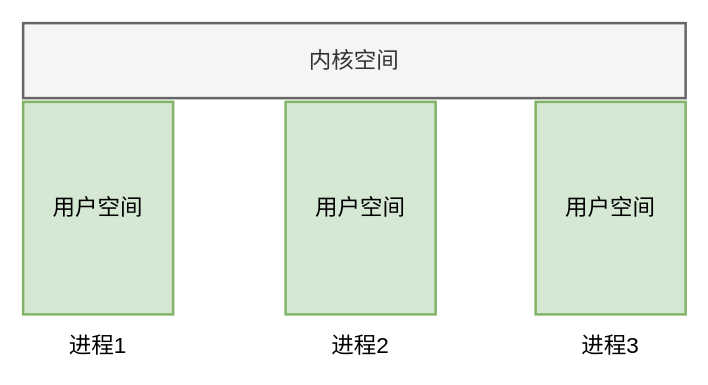
Above: 用户空间和内核空间.drawio in Netech-DevNote/itquestions_pictures (draw.io), before the change. Source tidied: cells renumbered, new cells numbered last; positions are measured from the earlier drawing's top-left corner, leaving out a move shared by most shapes. Both pictures are drawn from the tidied source at 125%, with x=0, y=0 at pixel (22, 22).
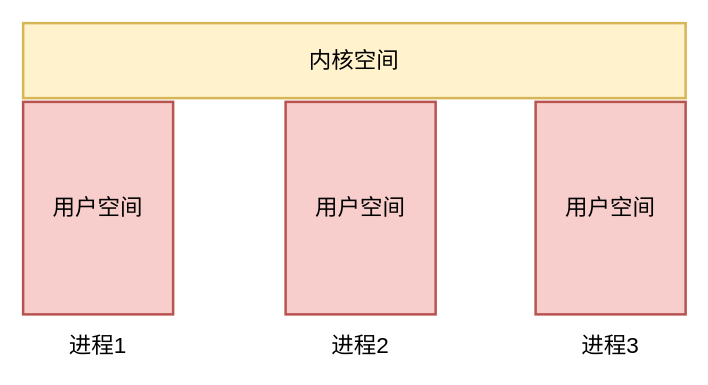
After the change.

Commit message:
更新用户空间和内核空间.drawio

Diff of the diagram source:
```diff
@@
 <mxGraphModel>
   <root>
     <mxCell id="0" />
     <mxCell id="1" parent="0" />
-    <mxCell id="2" value="用户空间" style="rounded=0;whiteSpace=wrap;html=1;strokeWidth=2;fontSize=18;fillColor=#d5e8d4;strokeColor=#82b366;" parent="1" vertex="1">
+    <mxCell id="2" value="用户空间" style="rounded=0;whiteSpace=wrap;html=1;strokeWidth=2;fontSize=18;fillColor=#f8cecc;strokeColor=#b85450;" parent="1" vertex="1">
       <mxGeometry y="63" width="120" height="170" as="geometry" />
     </mxCell>
-    <mxCell id="3" value="用户空间" style="rounded=0;whiteSpace=wrap;html=1;strokeWidth=2;fontSize=18;fillColor=#d5e8d4;strokeColor=#82b366;" parent="1" vertex="1">
+    <mxCell id="3" value="用户空间" style="rounded=0;whiteSpace=wrap;html=1;strokeWidth=2;fontSize=18;fillColor=#f8cecc;strokeColor=#b85450;" parent="1" vertex="1">
       <mxGeometry x="210" y="63" width="120" height="170" as="geometry" />
     </mxCell>
-    <mxCell id="4" value="用户空间" style="rounded=0;whiteSpace=wrap;html=1;strokeWidth=2;fontSize=18;fillColor=#d5e8d4;strokeColor=#82b366;" parent="1" vertex="1">
+    <mxCell id="4" value="用户空间" style="rounded=0;whiteSpace=wrap;html=1;strokeWidth=2;fontSize=18;fillColor=#f8cecc;strokeColor=#b85450;" parent="1" vertex="1">
       <mxGeometry x="410" y="63" width="120" height="170" as="geometry" />
     </mxCell>
-    <mxCell id="5" value="内核空间" style="rounded=0;whiteSpace=wrap;html=1;strokeWidth=2;fontSize=18;fillColor=#f5f5f5;strokeColor=#666666;fontColor=#333333;" parent="1" vertex="1">
+    <mxCell id="5" value="内核空间" style="rounded=0;whiteSpace=wrap;html=1;strokeWidth=2;fontSize=18;fillColor=#fff2cc;strokeColor=#d6b656;" parent="1" vertex="1">
       <mxGeometry width="530" height="60" as="geometry" />
     </mxCell>
     <mxCell id="6" value="进程1" style="text;html=1;strokeColor=none;fillColor=none;align=center;verticalAlign=middle;whiteSpace=wrap;rounded=0;strokeWidth=2;fontSize=18;" parent="1" vertex="1">
       <mxGeometry x="30" y="243" width="60" height="30" as="geometry" />
     </mxCell>
     <mxCell id="7" value="进程2" style="text;html=1;strokeColor=none;fillColor=none;align=center;verticalAlign=middle;whiteSpace=wrap;rounded=0;strokeWidth=2;fontSize=18;" parent="1" vertex="1">
       <mxGeometry x="240" y="243" width="60" height="30" as="geometry" />
     </mxCell>
     <mxCell id="8" value="进程3" style="text;html=1;strokeColor=none;fillColor=none;align=center;verticalAlign=middle;whiteSpace=wrap;rounded=0;strokeWidth=2;fontSize=18;" parent="1" vertex="1">
       <mxGeometry x="440" y="243" width="60" height="30" as="geometry" />
     </mxCell>
   </root>
 </mxGraphModel>
```
